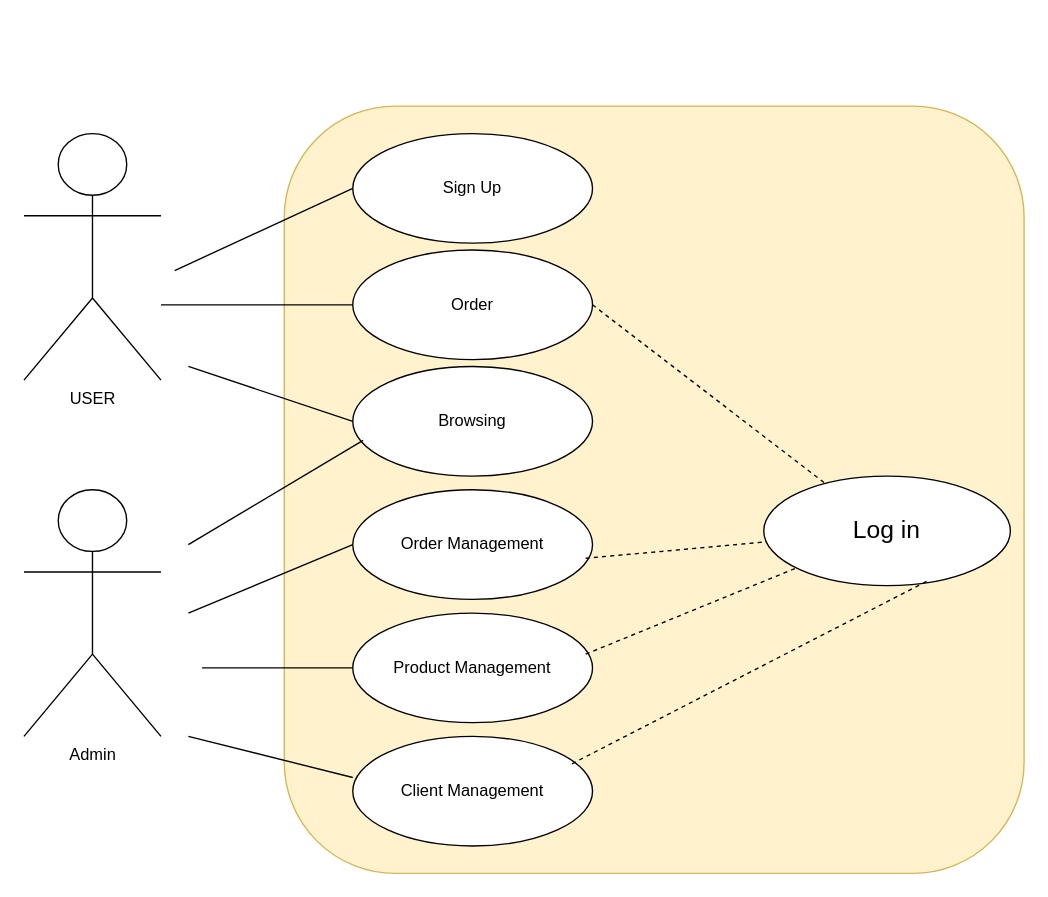
The draw.io diagram page "Page-1" (1 of 8) of Diagramme sans nom.drawio in MahaDaiki/Brief8, before the edit. Source tidied: cells renumbered, new cells numbered last; positions are measured from the earlier drawing's top-left corner, leaving out a move shared by most shapes. Both pictures are drawn from the tidied source at 137%, with x=0, y=0 at pixel (23, 105).
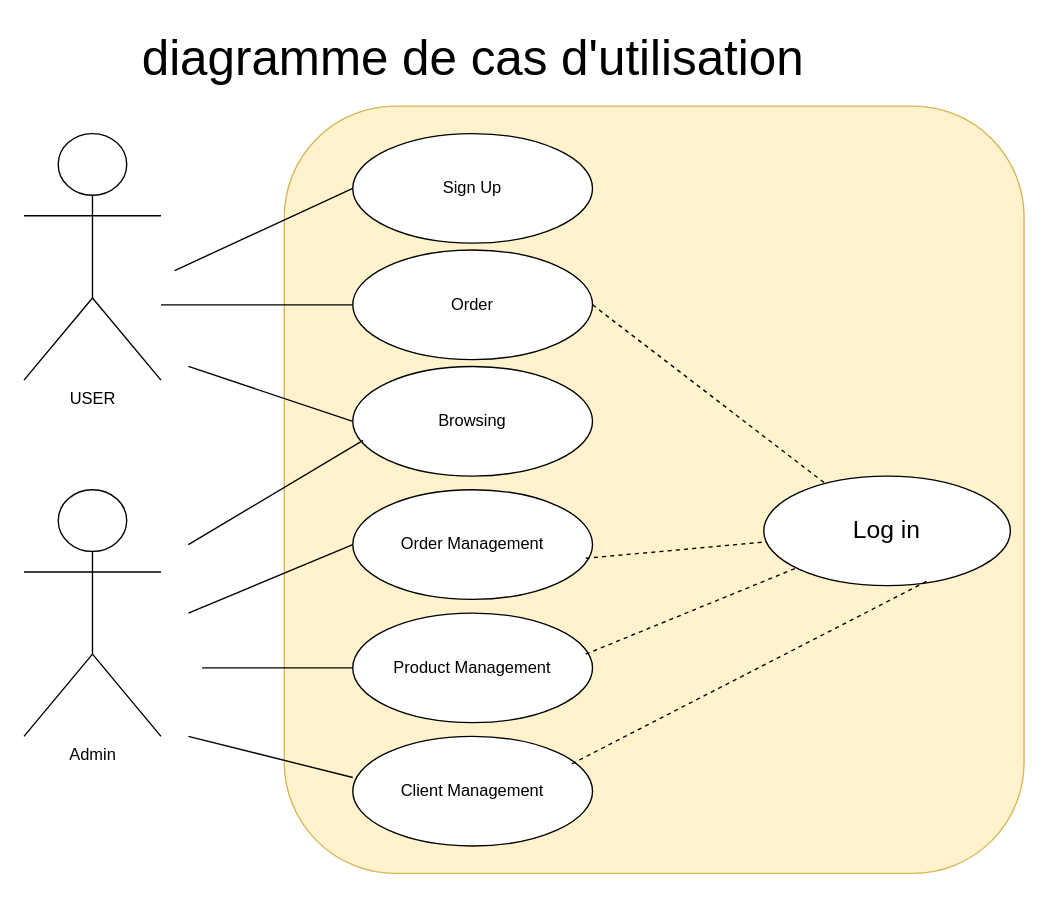
Above is the later version.

Change to the diagram source:
```diff
@@
+    <mxCell id="23" value="&lt;font style=&quot;font-size: 36px;&quot;&gt;diagramme de cas d'utilisation&lt;/font&gt;" style="text;html=1;strokeColor=none;fillColor=none;align=center;verticalAlign=middle;whiteSpace=wrap;rounded=0;" parent="1" vertex="1">
+      <mxGeometry x="77.5" y="-60" width="500" height="50" as="geometry" />
+    </mxCell>
```
